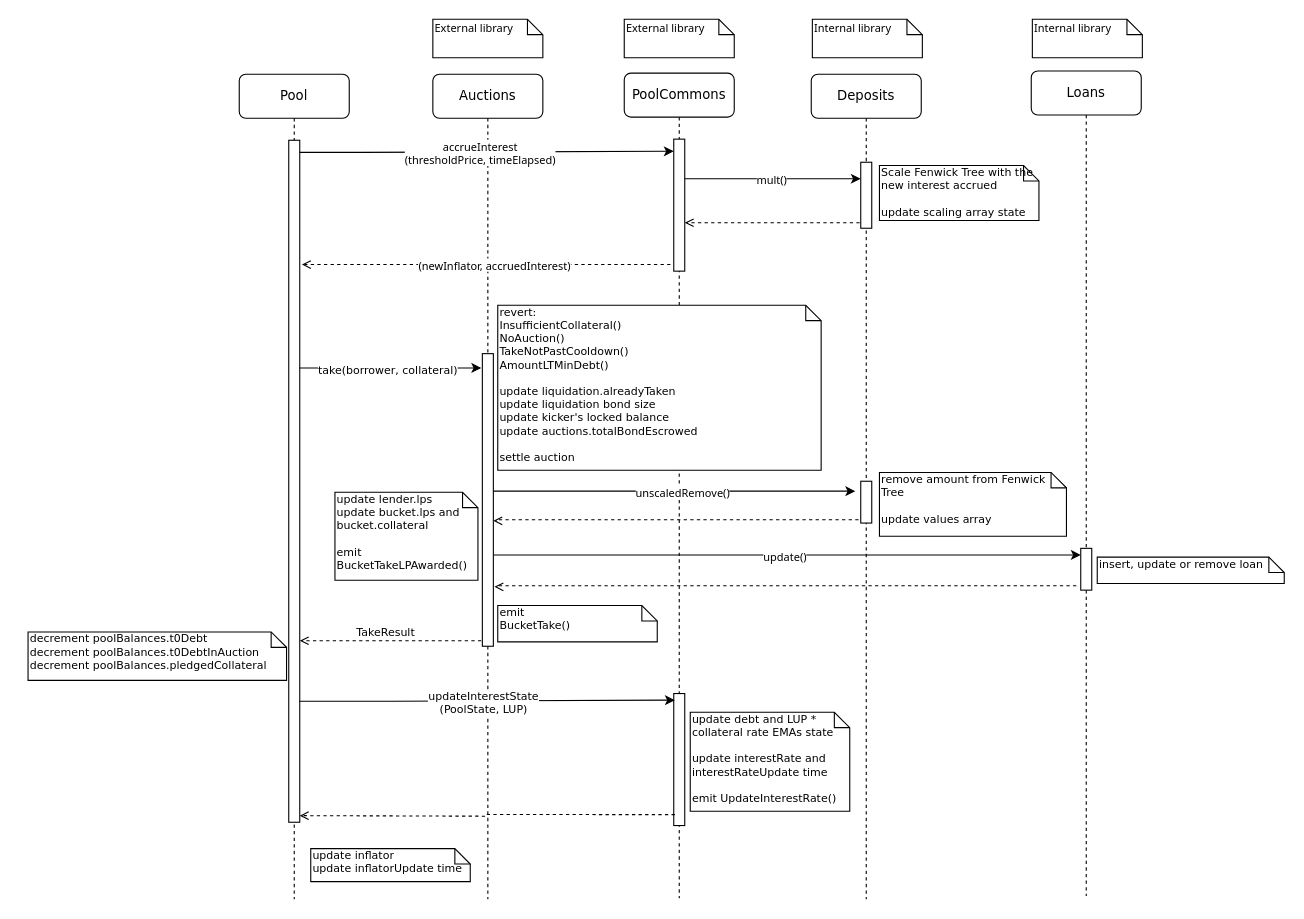
ajna-finance/ajna-core keeps this draw.io diagram as docs/drawio/bucketTake.drawio. Above is the earlier version. Source tidied: cells renumbered, new cells numbered last; positions are measured from the earlier drawing's top-left corner, leaving out a move shared by most shapes. Both pictures are drawn from the tidied source at 110%, with x=0, y=0 at pixel (28, 19).
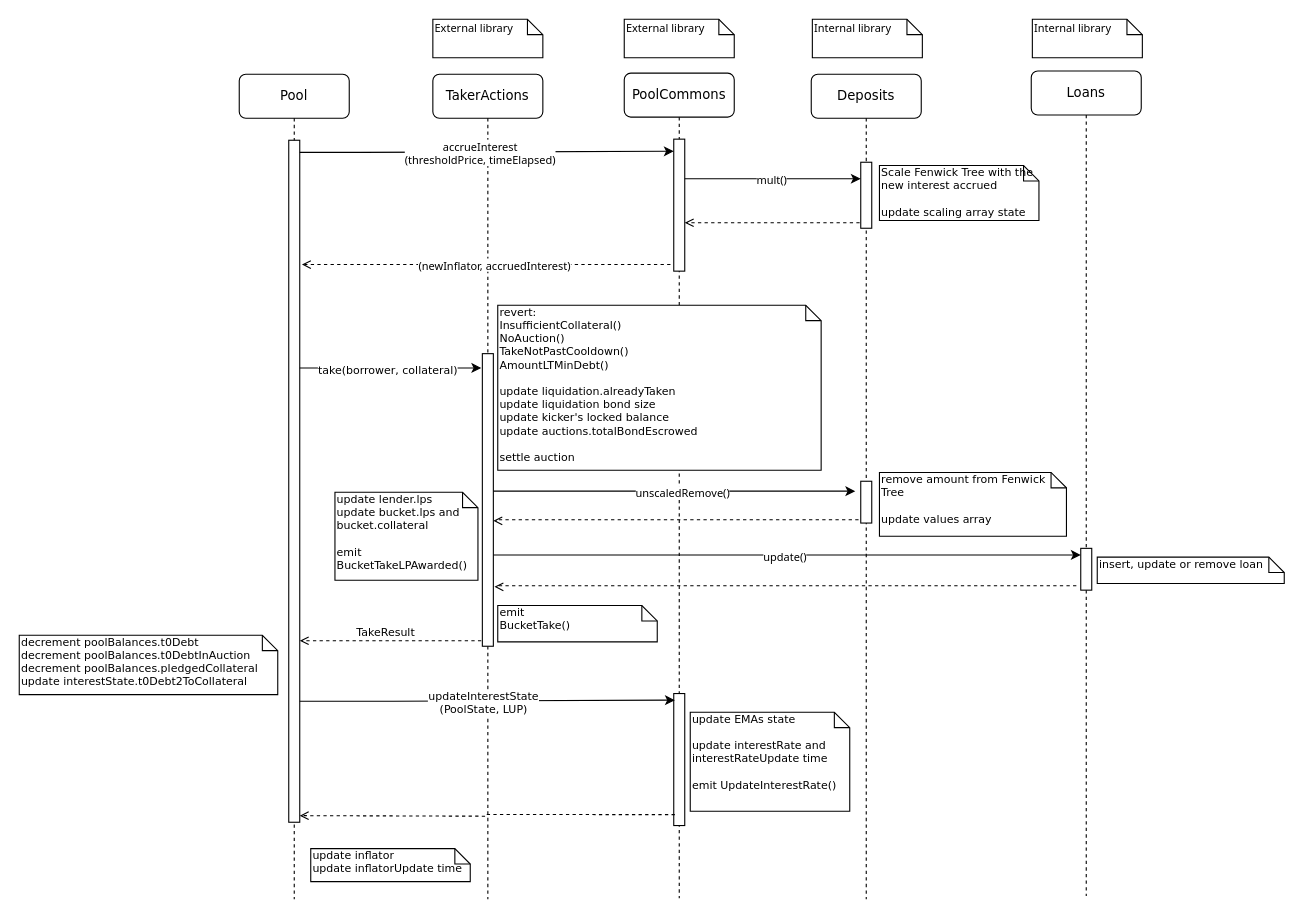
Above is the later version.

What changed in the source:
```diff
@@
-    <mxCell id="2" value="Auctions" style="shape=umlLifeline;perimeter=lifelinePerimeter;whiteSpace=wrap;html=1;rounded=1;shadow=0;comic=0;labelBackgroundColor=none;strokeWidth=1;fontFamily=Verdana;fontSize=12;align=center;" parent="1" vertex="1">
+    <mxCell id="2" value="TakerActions" style="shape=umlLifeline;perimeter=lifelinePerimeter;whiteSpace=wrap;html=1;rounded=1;shadow=0;comic=0;labelBackgroundColor=none;strokeWidth=1;fontFamily=Verdana;fontSize=12;align=center;" parent="1" vertex="1">
       <mxGeometry x="368" y="50" width="100" height="750" as="geometry" />
     </mxCell>
@@
-    <mxCell id="26" value="decrement poolBalances.t0Debt&lt;br&gt;decrement poolBalances.t0DebtInAuction&lt;br&gt;decrement poolBalances.pledgedCollateral" style="shape=note;whiteSpace=wrap;html=1;size=14;verticalAlign=top;align=left;spacingTop=-6;rounded=0;shadow=0;comic=0;labelBackgroundColor=none;strokeWidth=1;fontFamily=Verdana;fontSize=10;" parent="1" vertex="1">
-      <mxGeometry y="557" width="235" height="44" as="geometry" />
-    </mxCell>
@@
-    <mxCell id="31" value="&lt;div&gt;update debt and LUP * collateral rate EMAs state&lt;/div&gt;&lt;div&gt;&lt;br&gt;&lt;/div&gt;&lt;div&gt;update interestRate and interestRateUpdate time&lt;br&gt;&lt;/div&gt;&lt;div&gt;&lt;br&gt;&lt;/div&gt;&lt;div&gt;emit UpdateInterestRate()&lt;br&gt;&lt;/div&gt;" style="shape=note;whiteSpace=wrap;html=1;size=14;verticalAlign=top;align=left;spacingTop=-6;rounded=0;shadow=0;comic=0;labelBackgroundColor=none;strokeWidth=1;fontFamily=Verdana;fontSize=10;" parent="1" vertex="1">
+    <mxCell id="31" value="&lt;div&gt;update EMAs state&lt;/div&gt;&lt;div&gt;&lt;br&gt;&lt;/div&gt;&lt;div&gt;update interestRate and interestRateUpdate time&lt;br&gt;&lt;/div&gt;&lt;div&gt;&lt;br&gt;&lt;/div&gt;&lt;div&gt;emit UpdateInterestRate()&lt;br&gt;&lt;/div&gt;" style="shape=note;whiteSpace=wrap;html=1;size=14;verticalAlign=top;align=left;spacingTop=-6;rounded=0;shadow=0;comic=0;labelBackgroundColor=none;strokeWidth=1;fontFamily=Verdana;fontSize=10;" parent="1" vertex="1">
       <mxGeometry x="602" y="630" width="145" height="90" as="geometry" />
     </mxCell>
@@
+    <mxCell id="47" value="decrement poolBalances.t0Debt&lt;br&gt;decrement poolBalances.t0DebtInAuction&lt;br&gt;&lt;div&gt;decrement poolBalances.pledgedCollateral&lt;/div&gt;&lt;div&gt;update interestState.t0Debt2ToCollateral&lt;br&gt;&lt;/div&gt;" style="shape=note;whiteSpace=wrap;html=1;size=14;verticalAlign=top;align=left;spacingTop=-6;rounded=0;shadow=0;comic=0;labelBackgroundColor=none;strokeWidth=1;fontFamily=Verdana;fontSize=10;" parent="1" vertex="1">
+      <mxGeometry x="-8" y="560" width="235" height="54" as="geometry" />
+    </mxCell>
```
